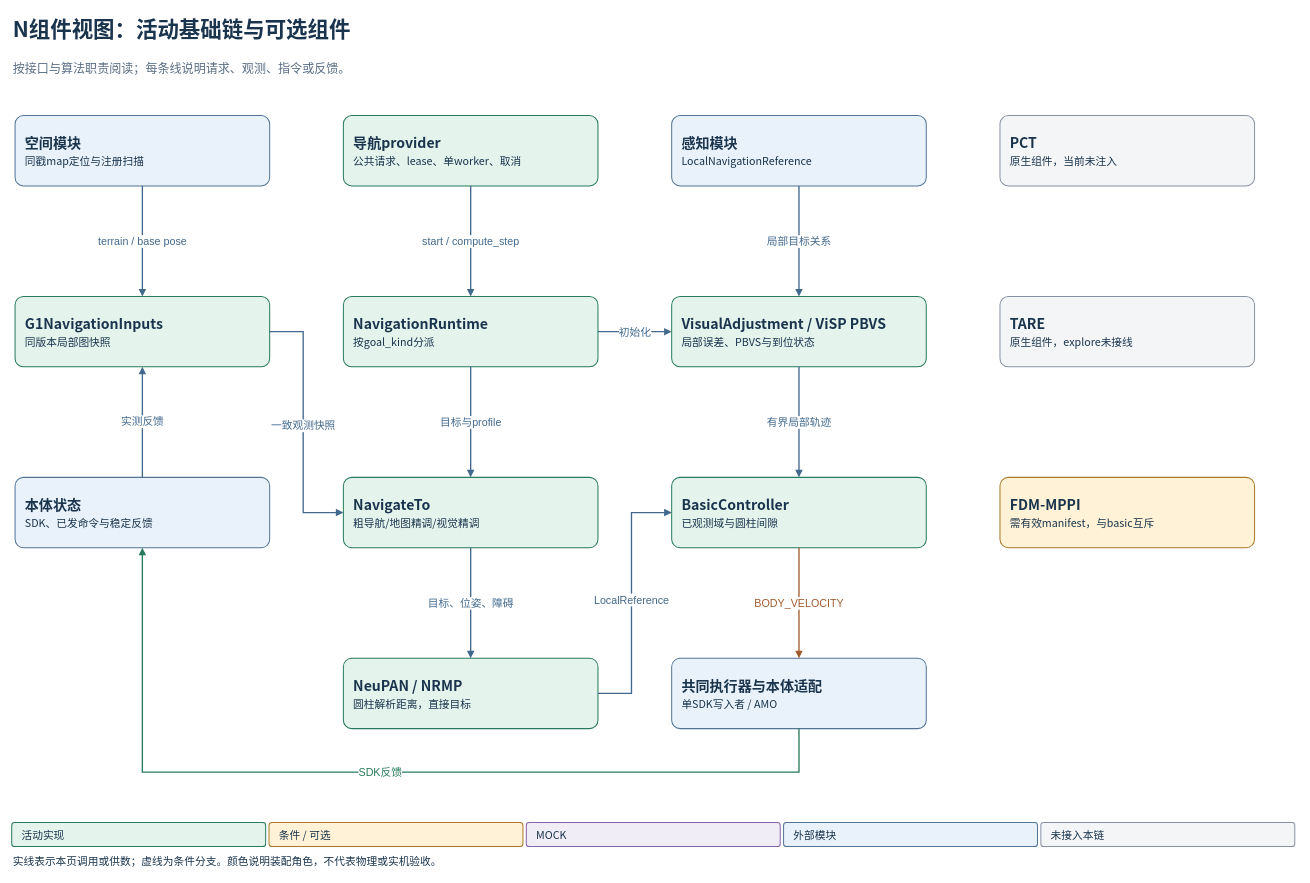
This is page "N组件视图：活动基础链与可选组件" (1 of 3) of site/diagrams/navigation-runtime.drawio from gao377/gao377.github.io, a draw.io file, before an edit. Source tidied: cells renumbered, new cells numbered last; positions are measured from the earlier drawing's top-left corner, leaving out a move shared by most shapes. Both pictures are drawn from the tidied source at 67%, with x=0, y=0 at pixel (11, 11).
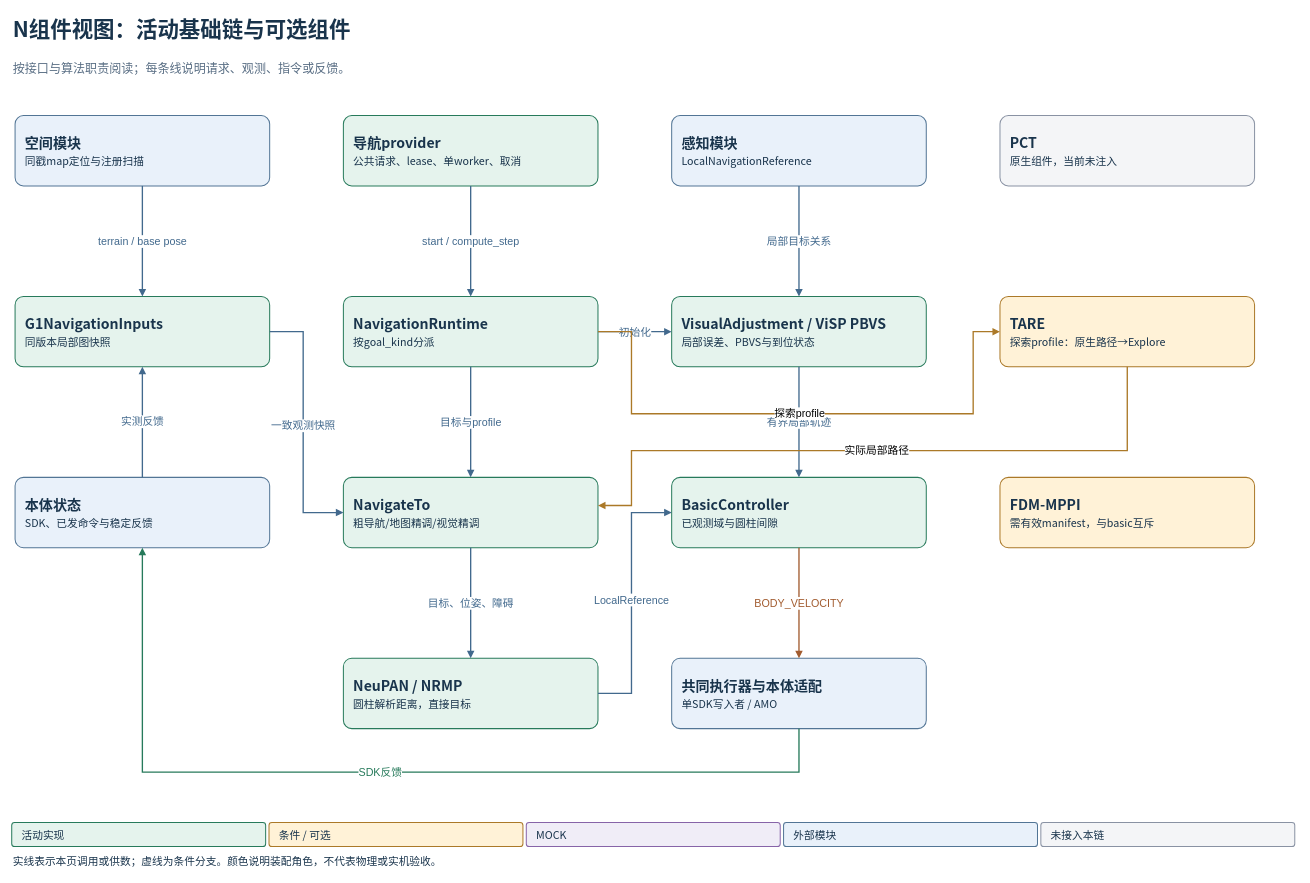
The same page after the edit.

Unchanged cells that the change refers to:
```xml
<mxCell id="5" value="&lt;b&gt;NavigationRuntime&lt;/b&gt;&lt;br&gt;&lt;font style=&quot;font-size:16px&quot;&gt;按goal_kind分派&lt;/font&gt;" style="rounded=1;whiteSpace=wrap;html=1;fillColor=#E5F3ED;strokeColor=#277A5B;strokeWidth=1.5;fontFamily=Noto Sans CJK SC;fontSize=21;fontColor=#19344C;align=left;verticalAlign=middle;spacing=15;arcSize=12;" parent="1" vertex="1">
  <mxGeometry x="495" y="425" width="380" height="105" as="geometry" />
</mxCell>
<mxCell id="6" value="&lt;b&gt;NavigateTo&lt;/b&gt;&lt;br&gt;&lt;font style=&quot;font-size:16px&quot;&gt;粗导航/地图精调/视觉精调&lt;/font&gt;" style="rounded=1;whiteSpace=wrap;html=1;fillColor=#E5F3ED;strokeColor=#277A5B;strokeWidth=1.5;fontFamily=Noto Sans CJK SC;fontSize=21;fontColor=#19344C;align=left;verticalAlign=middle;spacing=15;arcSize=12;" parent="1" vertex="1">
  <mxGeometry x="495" y="695" width="380" height="105" as="geometry" />
</mxCell>
```

Change to the diagram source:
```diff
@@
-    <mxCell id="16" value="&lt;b&gt;TARE&lt;/b&gt;&lt;br&gt;&lt;font style=&quot;font-size:16px&quot;&gt;原生组件，explore未接线&lt;/font&gt;" style="rounded=1;whiteSpace=wrap;html=1;fillColor=#F4F5F7;strokeColor=#8992A3;strokeWidth=1.5;fontFamily=Noto Sans CJK SC;fontSize=21;fontColor=#19344C;align=left;verticalAlign=middle;spacing=15;arcSize=12;" parent="1" vertex="1">
+    <mxCell id="16" value="&lt;b&gt;TARE&lt;/b&gt;&lt;br&gt;&lt;font style=&quot;font-size:16px&quot;&gt;探索profile：原生路径→Explore&lt;/font&gt;" style="rounded=1;whiteSpace=wrap;html=1;fillColor=#FFF2D7;strokeColor=#AB7928;strokeWidth=1.5;fontFamily=Noto Sans CJK SC;fontSize=21;fontColor=#19344C;align=left;verticalAlign=middle;spacing=15;arcSize=12;" parent="1" vertex="1">
       <mxGeometry x="1475" y="425" width="380" height="105" as="geometry" />
     </mxCell>
@@
+    <mxCell id="36" value="探索profile" style="edgeStyle=orthogonalEdgeStyle;rounded=0;html=1;endArrow=block;endFill=1;strokeColor=#AB7928;strokeWidth=2;fontSize=16;labelBackgroundColor=#FFFFFF;exitX=1;exitY=0.5;entryX=0;entryY=0.5;exitPerimeter=1;entryPerimeter=1;" parent="1" edge="1" source="5" target="16">
+      <mxGeometry relative="1" as="geometry">
+        <Array as="points">
+          <mxPoint x="925" y="477" />
+          <mxPoint x="925" y="600" />
+          <mxPoint x="1435" y="600" />
+          <mxPoint x="1435" y="477" />
+        </Array>
+      </mxGeometry>
+    </mxCell>
+    <mxCell id="37" value="实际局部路径" style="edgeStyle=orthogonalEdgeStyle;rounded=0;html=1;endArrow=block;endFill=1;strokeColor=#AB7928;strokeWidth=2;fontSize=16;labelBackgroundColor=#FFFFFF;exitX=0.5;exitY=1;entryX=1;entryY=0.4;exitPerimeter=1;entryPerimeter=1;" parent="1" edge="1" source="16" target="6">
+      <mxGeometry relative="1" as="geometry">
+        <Array as="points">
+          <mxPoint x="1665" y="655" />
+          <mxPoint x="925" y="655" />
+          <mxPoint x="925" y="737" />
+        </Array>
+      </mxGeometry>
+    </mxCell>
```
